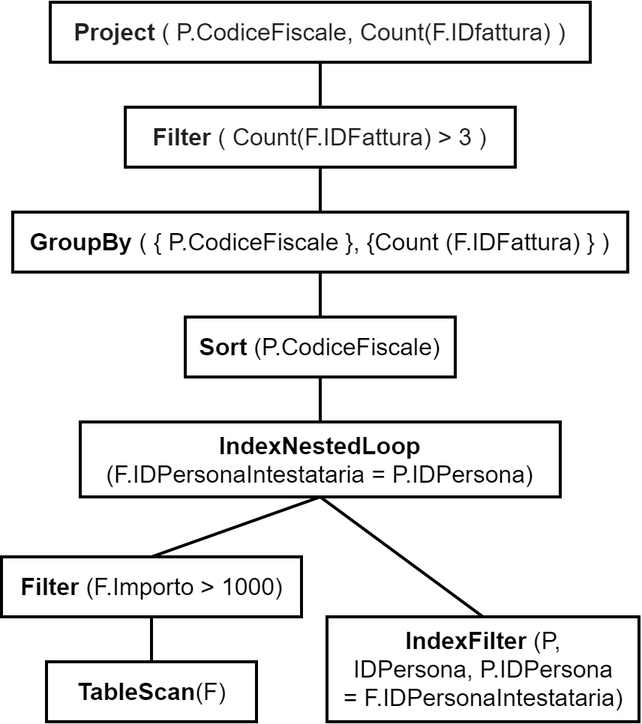
Earlier version of the draw.io export Piani di accesso/Albero fisico indici 3.png (alessandro-antonelli/Studio-professionale-fatture). Source tidied: cells renumbered, new cells last; positions are measured from the earlier drawing's top-left corner, leaving out a move shared by most shapes. Source of this version:
```xml
<mxGraphModel>
  <root>
    <mxCell id="0" />
    <mxCell id="1" parent="0" />
    <mxCell id="2" value="&lt;span style=&quot;font-size: 16px&quot;&gt;&lt;b&gt;TableScan&lt;/b&gt;(F)&lt;/span&gt;" style="text;html=1;fillColor=none;align=center;verticalAlign=middle;whiteSpace=wrap;rounded=0;strokeColor=#000000;strokeWidth=2;fontStyle=0;fontSize=16;" parent="1" vertex="1">
      <mxGeometry x="29.5" y="440" width="140" height="40" as="geometry" />
    </mxCell>
    <mxCell id="3" value="&lt;span style=&quot;font-size: 16px&quot;&gt;&lt;b&gt;IndexFilter&amp;nbsp;&lt;/b&gt;(P,&lt;br&gt;IDPersona,&amp;nbsp;&lt;/span&gt;&lt;span style=&quot;text-align: left&quot;&gt;P.IDPersona =&amp;nbsp;&lt;/span&gt;&lt;span style=&quot;text-align: left&quot;&gt;F.IDPersonaIntestataria&lt;/span&gt;&lt;span&gt;)&lt;/span&gt;&lt;span style=&quot;font-size: 16px&quot;&gt;&lt;br&gt;&lt;/span&gt;" style="text;html=1;fillColor=none;align=center;verticalAlign=middle;whiteSpace=wrap;rounded=0;strokeColor=#000000;strokeWidth=2;fontStyle=0;fontSize=16;" parent="1" vertex="1">
      <mxGeometry x="216.5" y="410" width="208" height="70" as="geometry" />
    </mxCell>
    <mxCell id="4" style="endArrow=none;html=1;entryX=0.5;entryY=0;entryDx=0;entryDy=0;fontStyle=0;fontSize=16;strokeWidth=2;exitX=0.5;exitY=1;exitDx=0;exitDy=0;" parent="1" edge="1" source="5" target="3">
      <mxGeometry relative="1" as="geometry" />
    </mxCell>
    <mxCell id="5" value="&lt;span style=&quot;text-align: left&quot;&gt;&lt;b&gt;IndexNestedLoop&lt;/b&gt;&lt;br&gt;(F.IDPersonaIntestataria = P.IDPersona)&lt;br style=&quot;font-size: 16px&quot;&gt;&lt;/span&gt;" style="text;html=1;fillColor=none;align=center;verticalAlign=middle;whiteSpace=wrap;rounded=0;strokeColor=#000000;strokeWidth=2;fontStyle=0;fontSize=16;" parent="1" vertex="1">
      <mxGeometry x="52" y="280" width="320" height="50" as="geometry" />
    </mxCell>
    <mxCell id="6" value="&lt;font style=&quot;font-size: 16px&quot;&gt;&lt;b&gt;GroupBy&lt;/b&gt; ( { P.CodiceFiscale }, {Count (F.IDFattura) } )&lt;br style=&quot;font-size: 16px&quot;&gt;&lt;/font&gt;" style="text;html=1;fillColor=none;align=center;verticalAlign=middle;whiteSpace=wrap;rounded=0;strokeColor=#000000;strokeWidth=2;fontStyle=0;fontSize=16;" parent="1" vertex="1">
      <mxGeometry x="7" y="140" width="410" height="40" as="geometry" />
    </mxCell>
    <mxCell id="7" value="&lt;font color=&quot;#202122&quot; face=&quot;sans-serif&quot; style=&quot;font-size: 16px&quot;&gt;&lt;span style=&quot;font-size: 16px ; background-color: rgb(255 , 255 , 255)&quot;&gt;&lt;b&gt;Project&lt;/b&gt; ( P.CodiceFiscale, Count(F.IDfattura) )&lt;/span&gt;&lt;/font&gt;" style="text;html=1;fillColor=none;align=center;verticalAlign=middle;whiteSpace=wrap;rounded=0;strokeColor=#000000;strokeWidth=2;fontStyle=0;fontSize=16;" parent="1" vertex="1">
      <mxGeometry x="32" width="360" height="40" as="geometry" />
    </mxCell>
    <mxCell id="8" style="endArrow=none;html=1;entryX=0.5;entryY=1;entryDx=0;entryDy=0;exitX=0.5;exitY=0;exitDx=0;exitDy=0;fontStyle=0;fontSize=16;strokeWidth=2;" parent="1" edge="1" source="2" target="13">
      <mxGeometry relative="1" as="geometry" />
    </mxCell>
    <mxCell id="9" style="endArrow=none;html=1;entryX=0.5;entryY=1;entryDx=0;entryDy=0;exitX=0.5;exitY=0;exitDx=0;exitDy=0;fontStyle=0;fontSize=16;strokeWidth=2;" parent="1" edge="1" source="13" target="5">
      <mxGeometry relative="1" as="geometry" />
    </mxCell>
    <mxCell id="10" value="&lt;div style=&quot;text-align: left ; font-size: 16px&quot;&gt;&lt;font color=&quot;#202122&quot; face=&quot;sans-serif&quot; style=&quot;font-size: 16px&quot;&gt;&lt;span style=&quot;font-size: 16px ; background-color: rgb(255 , 255 , 255)&quot;&gt;&lt;b&gt;Filter&lt;/b&gt; ( Count(F.IDFattura) &amp;gt; 3 )&lt;/span&gt;&lt;/font&gt;&lt;/div&gt;" style="text;html=1;fillColor=none;align=center;verticalAlign=middle;whiteSpace=wrap;rounded=0;strokeColor=#000000;strokeWidth=2;fontStyle=0;fontSize=16;" parent="1" vertex="1">
      <mxGeometry x="82" y="70" width="260" height="40" as="geometry" />
    </mxCell>
    <mxCell id="11" style="endArrow=none;html=1;exitX=0.5;exitY=1;exitDx=0;exitDy=0;entryX=0.5;entryY=0;entryDx=0;entryDy=0;fontStyle=0;fontSize=16;strokeWidth=2;" parent="1" edge="1" source="10" target="6">
      <mxGeometry relative="1" as="geometry" />
    </mxCell>
    <mxCell id="12" style="endArrow=none;html=1;entryX=0.5;entryY=0;entryDx=0;entryDy=0;exitX=0.5;exitY=1;exitDx=0;exitDy=0;fontStyle=0;fontSize=16;strokeWidth=2;" parent="1" edge="1" source="7" target="10">
      <mxGeometry relative="1" as="geometry" />
    </mxCell>
    <mxCell id="13" value="&lt;span style=&quot;font-size: 16px&quot;&gt;&lt;b&gt;Filter&lt;/b&gt; (F.Importo &amp;gt; 1000)&lt;/span&gt;" style="text;html=1;fillColor=none;align=center;verticalAlign=middle;whiteSpace=wrap;rounded=0;strokeColor=#000000;strokeWidth=2;fontStyle=0;fontSize=16;" parent="1" vertex="1">
      <mxGeometry x="-0.5" y="370" width="200" height="40" as="geometry" />
    </mxCell>
    <mxCell id="14" style="endArrow=none;html=1;entryX=0.5;entryY=1;entryDx=0;entryDy=0;exitX=0.5;exitY=0;exitDx=0;exitDy=0;fontStyle=0;fontSize=16;strokeWidth=2;" parent="1" edge="1" source="5" target="15">
      <mxGeometry relative="1" as="geometry" />
    </mxCell>
    <mxCell id="15" value="&lt;font style=&quot;font-size: 16px&quot;&gt;&lt;span style=&quot;font-size: 16px&quot;&gt;&lt;b&gt;Sort&lt;/b&gt; (P.CodiceFiscale)&lt;/span&gt;&lt;/font&gt;" style="text;html=1;fillColor=none;align=center;verticalAlign=middle;whiteSpace=wrap;rounded=0;strokeColor=#000000;strokeWidth=2;fontStyle=0;fontSize=16;" parent="1" vertex="1">
      <mxGeometry x="122" y="210" width="180" height="40" as="geometry" />
    </mxCell>
    <mxCell id="16" style="endArrow=none;html=1;entryX=0.5;entryY=0;entryDx=0;entryDy=0;fontStyle=0;fontSize=16;exitX=0.5;exitY=1;exitDx=0;exitDy=0;strokeWidth=2;" parent="1" edge="1" source="6" target="15">
      <mxGeometry relative="1" as="geometry" />
    </mxCell>
  </root>
</mxGraphModel>
```
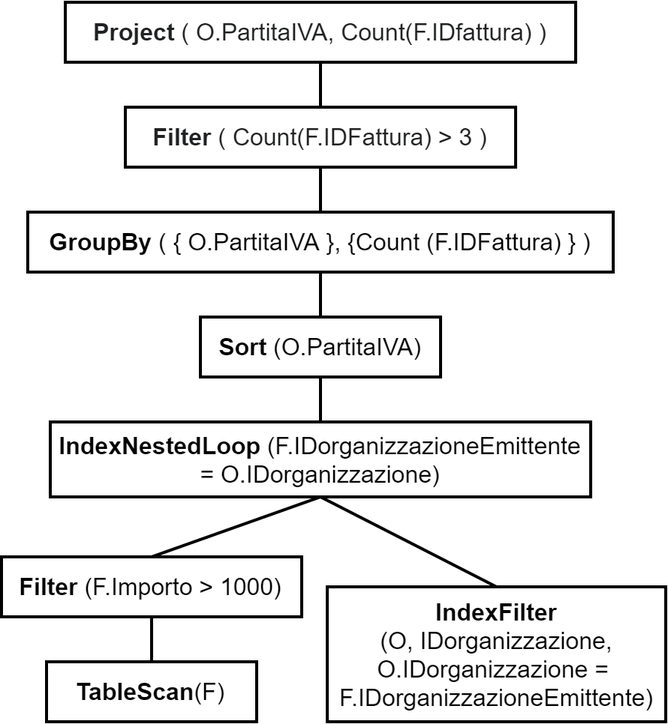
After the commit.

What changed in the source:
```diff
@@ -5,20 +5,20 @@
     <mxCell id="2" value="&lt;span style=&quot;font-size: 16px&quot;&gt;&lt;b&gt;TableScan&lt;/b&gt;(F)&lt;/span&gt;" style="text;html=1;fillColor=none;align=center;verticalAlign=middle;whiteSpace=wrap;rounded=0;strokeColor=#000000;strokeWidth=2;fontStyle=0;fontSize=16;" parent="1" vertex="1">
       <mxGeometry x="29.5" y="440" width="140" height="40" as="geometry" />
     </mxCell>
-    <mxCell id="3" value="&lt;span style=&quot;font-size: 16px&quot;&gt;&lt;b&gt;IndexFilter&amp;nbsp;&lt;/b&gt;(P,&lt;br&gt;IDPersona,&amp;nbsp;&lt;/span&gt;&lt;span style=&quot;text-align: left&quot;&gt;P.IDPersona =&amp;nbsp;&lt;/span&gt;&lt;span style=&quot;text-align: left&quot;&gt;F.IDPersonaIntestataria&lt;/span&gt;&lt;span&gt;)&lt;/span&gt;&lt;span style=&quot;font-size: 16px&quot;&gt;&lt;br&gt;&lt;/span&gt;" style="text;html=1;fillColor=none;align=center;verticalAlign=middle;whiteSpace=wrap;rounded=0;strokeColor=#000000;strokeWidth=2;fontStyle=0;fontSize=16;" parent="1" vertex="1">
-      <mxGeometry x="216.5" y="410" width="208" height="70" as="geometry" />
+    <mxCell id="3" value="&lt;span style=&quot;font-size: 16px&quot;&gt;&lt;b&gt;IndexFilter&lt;br&gt;&lt;/b&gt;(O,&amp;nbsp;&lt;/span&gt;&lt;span&gt;IDorganizzazione,&lt;/span&gt;&lt;span style=&quot;font-size: 16px&quot;&gt;&lt;br&gt;&lt;div&gt;&lt;span&gt;O.IDorganizzazione =&amp;nbsp;&lt;/span&gt;&lt;/div&gt;&lt;div&gt;&lt;span&gt;F.IDorganizzazioneEmittente&lt;/span&gt;&lt;span&gt;)&lt;/span&gt;&lt;/div&gt;&lt;/span&gt;" style="text;html=1;fillColor=none;align=center;verticalAlign=middle;whiteSpace=wrap;rounded=0;strokeColor=#000000;strokeWidth=2;fontStyle=0;fontSize=16;" parent="1" vertex="1">
+      <mxGeometry x="216.5" y="390" width="225.5" height="90" as="geometry" />
     </mxCell>
     <mxCell id="4" style="endArrow=none;html=1;entryX=0.5;entryY=0;entryDx=0;entryDy=0;fontStyle=0;fontSize=16;strokeWidth=2;exitX=0.5;exitY=1;exitDx=0;exitDy=0;" parent="1" edge="1" source="5" target="3">
       <mxGeometry relative="1" as="geometry" />
     </mxCell>
-    <mxCell id="5" value="&lt;span style=&quot;text-align: left&quot;&gt;&lt;b&gt;IndexNestedLoop&lt;/b&gt;&lt;br&gt;(F.IDPersonaIntestataria = P.IDPersona)&lt;br style=&quot;font-size: 16px&quot;&gt;&lt;/span&gt;" style="text;html=1;fillColor=none;align=center;verticalAlign=middle;whiteSpace=wrap;rounded=0;strokeColor=#000000;strokeWidth=2;fontStyle=0;fontSize=16;" parent="1" vertex="1">
-      <mxGeometry x="52" y="280" width="320" height="50" as="geometry" />
+    <mxCell id="5" value="&lt;span style=&quot;text-align: left&quot;&gt;&lt;b&gt;IndexNestedLoop&amp;nbsp;&lt;/b&gt;(F.IDorganizzazioneEmittente = O.IDorganizzazione)&lt;br style=&quot;font-size: 16px&quot;&gt;&lt;/span&gt;" style="text;html=1;fillColor=none;align=center;verticalAlign=middle;whiteSpace=wrap;rounded=0;strokeColor=#000000;strokeWidth=2;fontStyle=0;fontSize=16;" parent="1" vertex="1">
+      <mxGeometry x="32" y="280" width="360" height="50" as="geometry" />
     </mxCell>
-    <mxCell id="6" value="&lt;font style=&quot;font-size: 16px&quot;&gt;&lt;b&gt;GroupBy&lt;/b&gt; ( { P.CodiceFiscale }, {Count (F.IDFattura) } )&lt;br style=&quot;font-size: 16px&quot;&gt;&lt;/font&gt;" style="text;html=1;fillColor=none;align=center;verticalAlign=middle;whiteSpace=wrap;rounded=0;strokeColor=#000000;strokeWidth=2;fontStyle=0;fontSize=16;" parent="1" vertex="1">
-      <mxGeometry x="7" y="140" width="410" height="40" as="geometry" />
+    <mxCell id="6" value="&lt;font style=&quot;font-size: 16px&quot;&gt;&lt;b&gt;GroupBy&lt;/b&gt; ( { O.PartitaIVA }, {Count (F.IDFattura) } )&lt;br style=&quot;font-size: 16px&quot;&gt;&lt;/font&gt;" style="text;html=1;fillColor=none;align=center;verticalAlign=middle;whiteSpace=wrap;rounded=0;strokeColor=#000000;strokeWidth=2;fontStyle=0;fontSize=16;" parent="1" vertex="1">
+      <mxGeometry x="17" y="140" width="390" height="40" as="geometry" />
     </mxCell>
-    <mxCell id="7" value="&lt;font color=&quot;#202122&quot; face=&quot;sans-serif&quot; style=&quot;font-size: 16px&quot;&gt;&lt;span style=&quot;font-size: 16px ; background-color: rgb(255 , 255 , 255)&quot;&gt;&lt;b&gt;Project&lt;/b&gt; ( P.CodiceFiscale, Count(F.IDfattura) )&lt;/span&gt;&lt;/font&gt;" style="text;html=1;fillColor=none;align=center;verticalAlign=middle;whiteSpace=wrap;rounded=0;strokeColor=#000000;strokeWidth=2;fontStyle=0;fontSize=16;" parent="1" vertex="1">
-      <mxGeometry x="32" width="360" height="40" as="geometry" />
+    <mxCell id="7" value="&lt;font color=&quot;#202122&quot; face=&quot;sans-serif&quot; style=&quot;font-size: 16px&quot;&gt;&lt;span style=&quot;font-size: 16px ; background-color: rgb(255 , 255 , 255)&quot;&gt;&lt;b&gt;Project&lt;/b&gt; ( O.PartitaIVA, Count(F.IDfattura) )&lt;/span&gt;&lt;/font&gt;" style="text;html=1;fillColor=none;align=center;verticalAlign=middle;whiteSpace=wrap;rounded=0;strokeColor=#000000;strokeWidth=2;fontStyle=0;fontSize=16;" parent="1" vertex="1">
+      <mxGeometry x="42" width="340" height="40" as="geometry" />
     </mxCell>
     <mxCell id="8" style="endArrow=none;html=1;entryX=0.5;entryY=1;entryDx=0;entryDy=0;exitX=0.5;exitY=0;exitDx=0;exitDy=0;fontStyle=0;fontSize=16;strokeWidth=2;" parent="1" edge="1" source="2" target="13">
       <mxGeometry relative="1" as="geometry" />
@@ -41,8 +41,8 @@
     <mxCell id="14" style="endArrow=none;html=1;entryX=0.5;entryY=1;entryDx=0;entryDy=0;exitX=0.5;exitY=0;exitDx=0;exitDy=0;fontStyle=0;fontSize=16;strokeWidth=2;" parent="1" edge="1" source="5" target="15">
       <mxGeometry relative="1" as="geometry" />
     </mxCell>
-    <mxCell id="15" value="&lt;font style=&quot;font-size: 16px&quot;&gt;&lt;span style=&quot;font-size: 16px&quot;&gt;&lt;b&gt;Sort&lt;/b&gt; (P.CodiceFiscale)&lt;/span&gt;&lt;/font&gt;" style="text;html=1;fillColor=none;align=center;verticalAlign=middle;whiteSpace=wrap;rounded=0;strokeColor=#000000;strokeWidth=2;fontStyle=0;fontSize=16;" parent="1" vertex="1">
-      <mxGeometry x="122" y="210" width="180" height="40" as="geometry" />
+    <mxCell id="15" value="&lt;font style=&quot;font-size: 16px&quot;&gt;&lt;span style=&quot;font-size: 16px&quot;&gt;&lt;b&gt;Sort&lt;/b&gt; (O.PartitaIVA)&lt;/span&gt;&lt;/font&gt;" style="text;html=1;fillColor=none;align=center;verticalAlign=middle;whiteSpace=wrap;rounded=0;strokeColor=#000000;strokeWidth=2;fontStyle=0;fontSize=16;" parent="1" vertex="1">
+      <mxGeometry x="132" y="210" width="160" height="40" as="geometry" />
     </mxCell>
     <mxCell id="16" style="endArrow=none;html=1;entryX=0.5;entryY=0;entryDx=0;entryDy=0;fontStyle=0;fontSize=16;exitX=0.5;exitY=1;exitDx=0;exitDy=0;strokeWidth=2;" parent="1" edge="1" source="6" target="15">
       <mxGeometry relative="1" as="geometry" />
```
